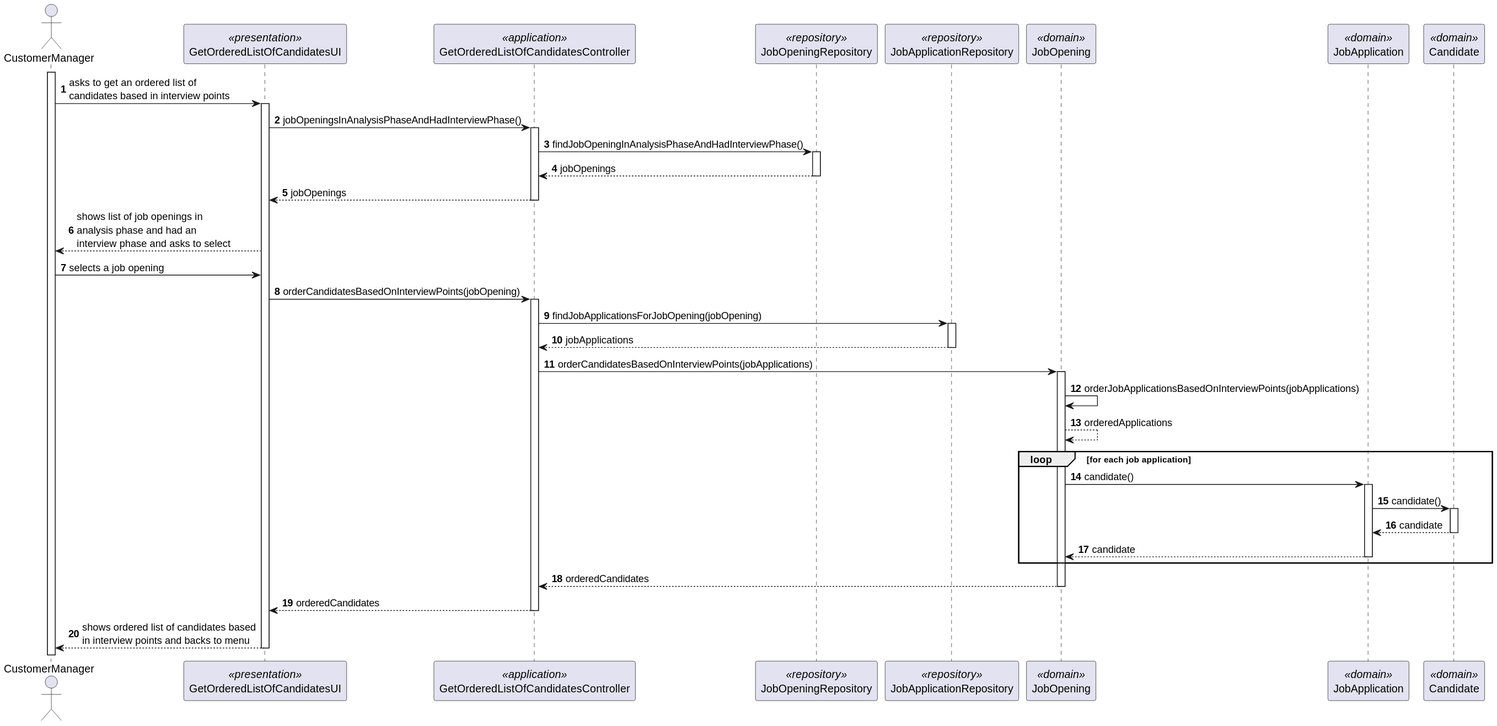
This is docs/SprintC/us1019/SD/SD.svg from Rodrick0209/ISEP-SEM4PI-23-24, a PlantUML export, as it was before one commit.
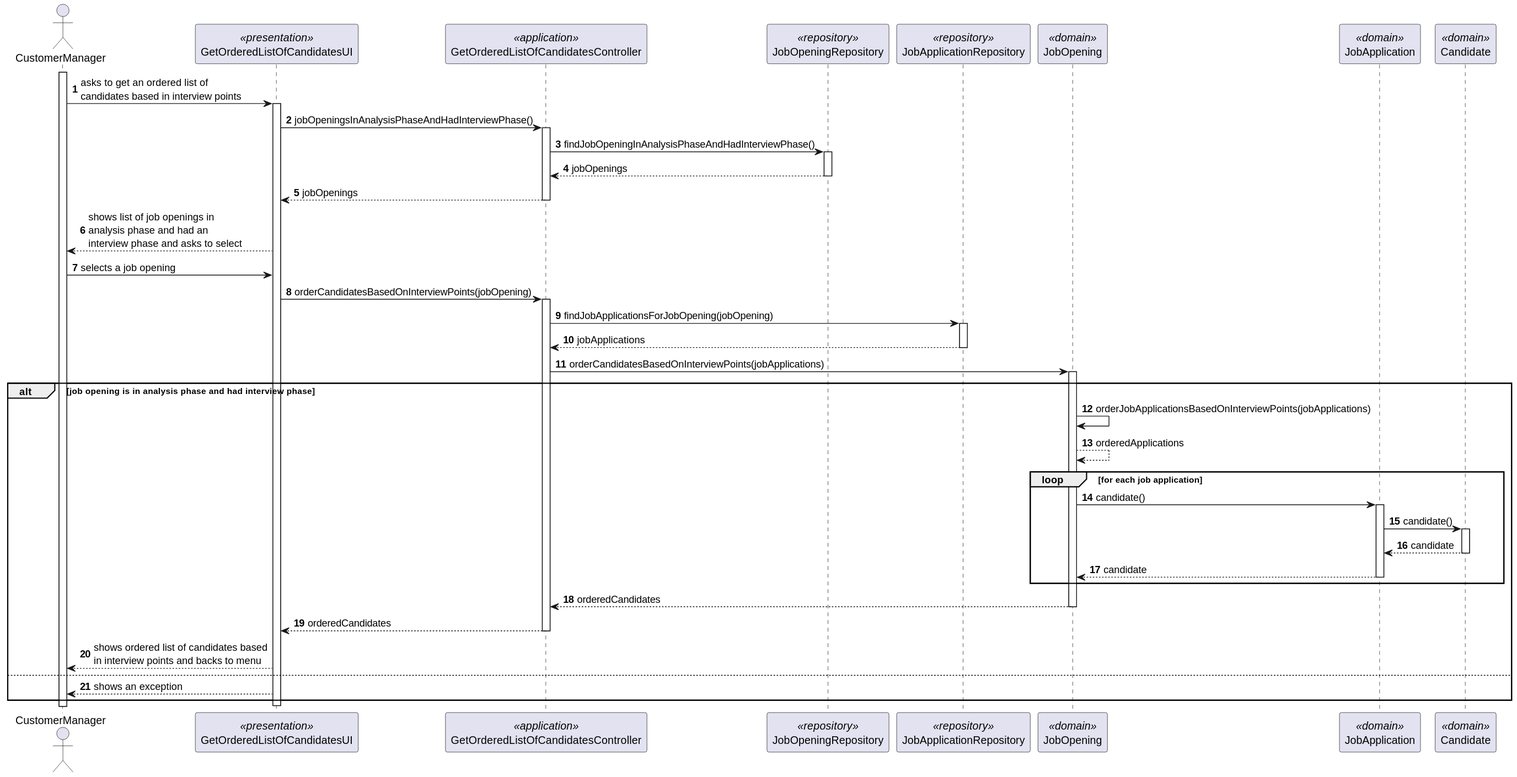
Above is the later version.

Commit message:
US 1019 Design fixed (added extra verification) #47

Diff of the diagram source:
```diff
@@ -32,6 +32,7 @@
 deactivate JobApplicationRepository
 GetOrderedListOfCandidatesController -> JobOpening : orderCandidatesBasedOnInterviewPoints(jobApplications)
 activate JobOpening
+alt job opening is in analysis phase and had interview phase
 JobOpening -> JobOpening : orderJobApplicationsBasedOnInterviewPoints(jobApplications)
 JobOpening --> JobOpening : orderedApplications
 loop for each job application
@@ -54,5 +55,8 @@
 deactivate JobApplicationRepository
 
 GetOrderedListOfCandidatesUI --> CustomerManager : shows ordered list of candidates based\nin interview points and backs to menu
+else
+GetOrderedListOfCandidatesUI --> CustomerManager : shows an exception
+end alt
 deactivate GetOrderedListOfCandidatesUI
 @enduml
```
